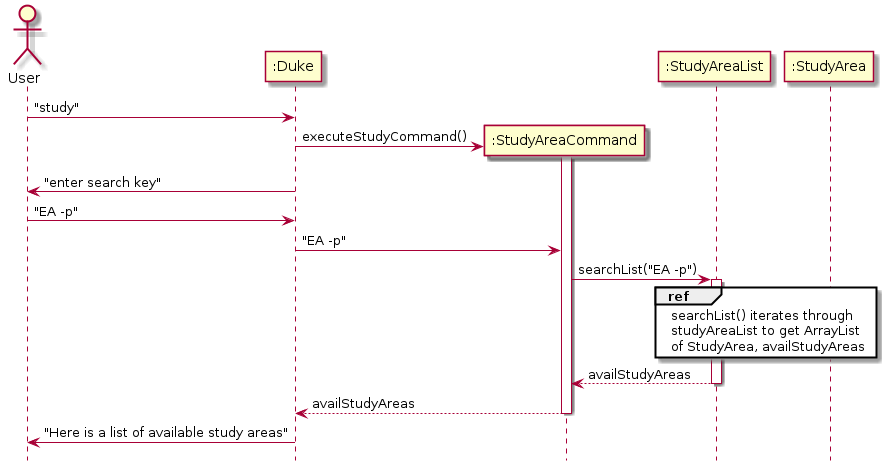
The PlantUML diagram docs/images/user_sL_interaction.png in terrytay/tp, before a commit.
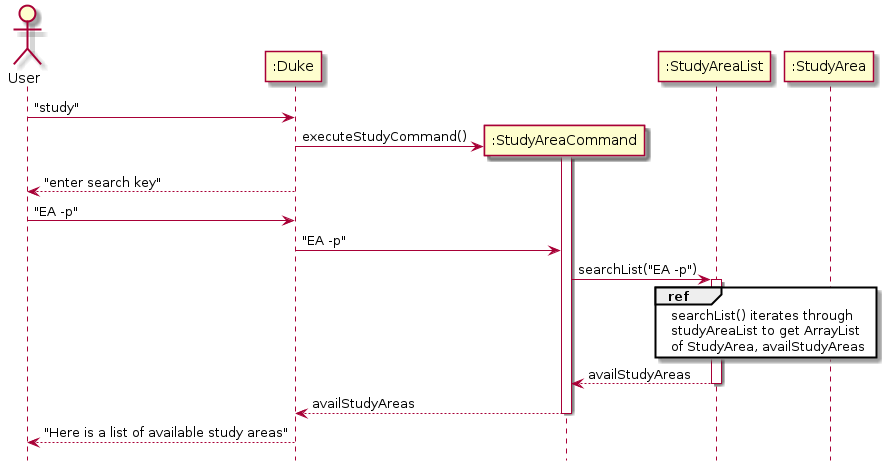
Later version of the same file.

Change to the diagram source:
```diff
@@ -13,7 +13,7 @@
 d -> sC : executeStudyCommand()
 activate sC
 
-d -> User : "enter search key"
+d --> User : "enter search key"
 User -> d : "EA -p"
 d -> sC : "EA -p"
 sC -> sL : searchList("EA -p")
@@ -29,6 +29,6 @@
 sC --> d : availStudyAreas
 deactivate sC
 
-d -> User : "Here is a list of available study areas"
+d --> User : "Here is a list of available study areas"
 hide footbox
 @enduml
```
